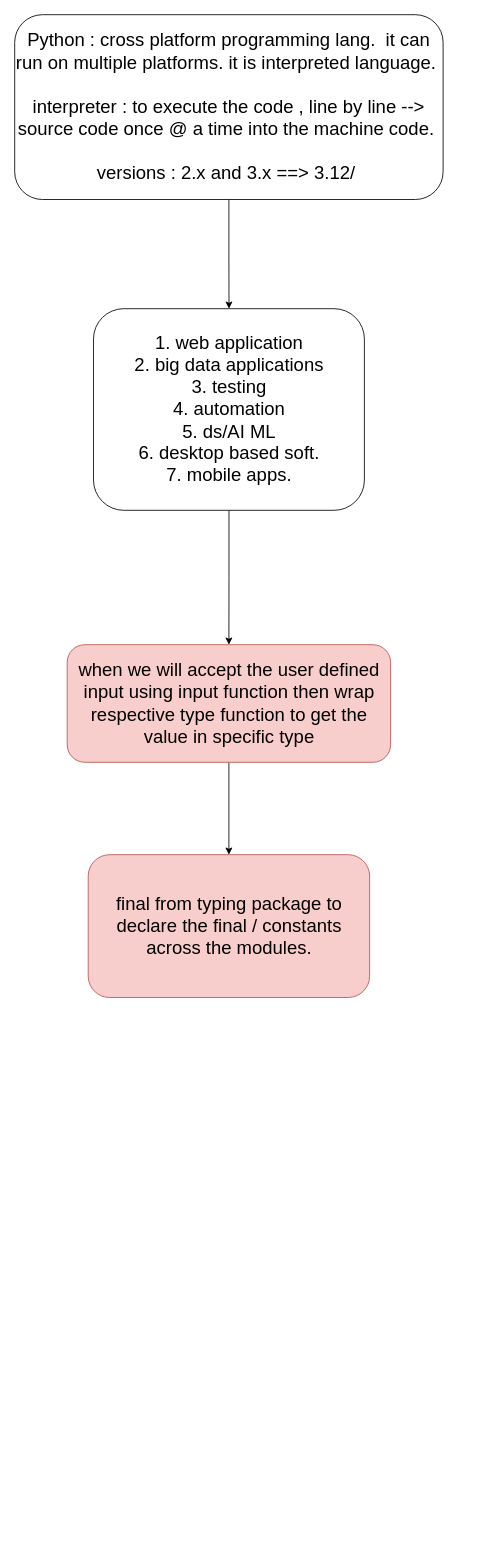
The draw.io diagram Untitled Diagram.drawio in abhinandanchivate/eyPythonoct2023, before the edit. Source tidied: cells renumbered, new cells numbered last; positions are measured from the earlier drawing's top-left corner, leaving out a move shared by most shapes. Both pictures are drawn from the tidied source at 84%, with x=0, y=0 at pixel (14, 14).
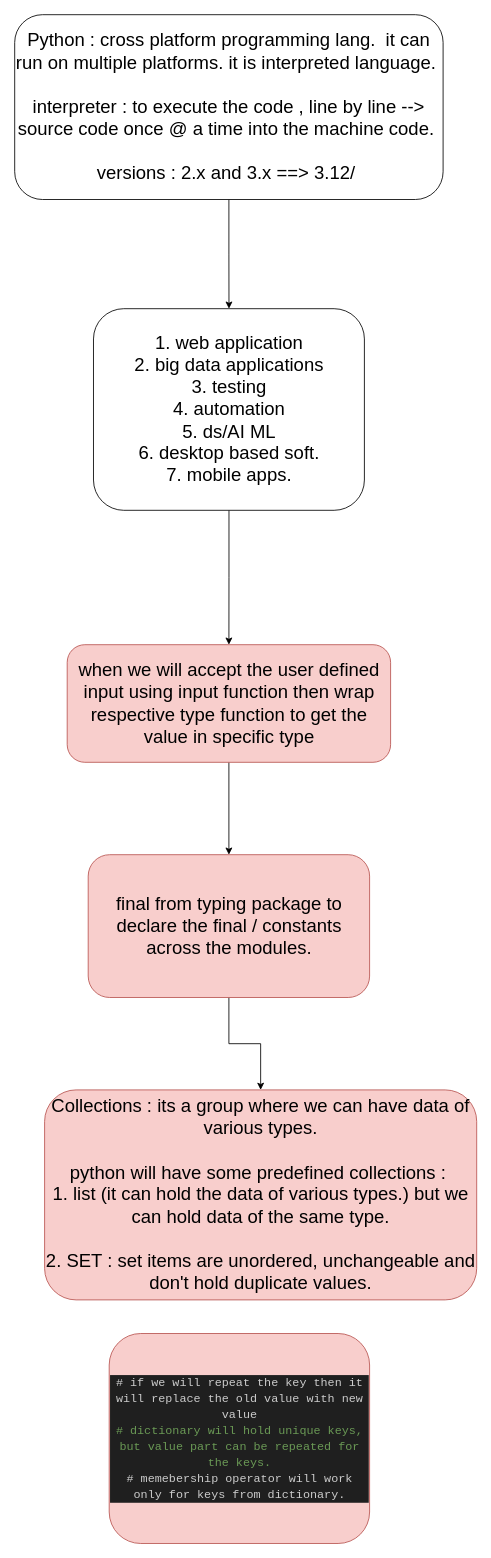
Above is the later version.

Change to the diagram source:
```diff
@@
 <mxGraphModel>
   <root>
     <mxCell id="0" />
     <mxCell id="1" parent="0" />
     <mxCell id="2" style="edgeStyle=orthogonalEdgeStyle;rounded=0;jettySize=auto;html=1;" parent="1" edge="1" source="3" target="5">
       <mxGeometry relative="1" as="geometry" />
     </mxCell>
     <mxCell id="3" value="Python : cross platform programming lang.&amp;nbsp; it can run on multiple platforms. it is interpreted language.&amp;nbsp;&lt;br&gt;&lt;br&gt;interpreter : to execute the code , line by line --&amp;gt; source code once @ a time into the machine code.&amp;nbsp;&lt;br&gt;&lt;br&gt;versions : 2.x and 3.x ==&amp;gt; 3.12/&amp;nbsp;" style="rounded=1;whiteSpace=wrap;html=1;fontSize=22;" parent="1" vertex="1">
       <mxGeometry width="510" height="220" as="geometry" />
     </mxCell>
     <mxCell id="4" style="edgeStyle=orthogonalEdgeStyle;rounded=0;jettySize=auto;html=1;" parent="1" edge="1" source="5" target="7">
       <mxGeometry relative="1" as="geometry" />
     </mxCell>
     <mxCell id="5" value="1. web application&lt;br&gt;2. big data applications&lt;br&gt;3. testing&lt;br&gt;4. automation&lt;br&gt;5. ds/AI ML&lt;br&gt;6. desktop based soft.&lt;br&gt;7. mobile apps." style="whiteSpace=wrap;html=1;fontSize=22;rounded=1;" parent="1" vertex="1">
       <mxGeometry x="93.8" y="350" width="322.5" height="240" as="geometry" />
     </mxCell>
     <mxCell id="6" style="edgeStyle=orthogonalEdgeStyle;rounded=0;jettySize=auto;html=1;" parent="1" edge="1" source="7" target="8">
       <mxGeometry relative="1" as="geometry" />
     </mxCell>
     <mxCell id="7" value="when we will accept the user defined input using input function then wrap respective type function to get the value in specific type" style="whiteSpace=wrap;html=1;fontSize=22;rounded=1;fillColor=#f8cecc;strokeColor=#b85450;" parent="1" vertex="1">
       <mxGeometry x="62.5" y="750" width="385" height="140" as="geometry" />
     </mxCell>
+    <mxCell id="9" style="edgeStyle=orthogonalEdgeStyle;rounded=0;jettySize=auto;html=1;" parent="1" edge="1" source="8" target="10">
+      <mxGeometry relative="1" as="geometry" />
+    </mxCell>
     <mxCell id="8" value="final from typing package to declare the final / constants across the modules." style="whiteSpace=wrap;html=1;fontSize=22;fillColor=#f8cecc;strokeColor=#b85450;rounded=1;" parent="1" vertex="1">
       <mxGeometry x="87.5" y="1000" width="335" height="170" as="geometry" />
     </mxCell>
+    <mxCell id="10" value="Collections : its a group where we can have data of various types.&lt;br&gt;&lt;br&gt;python will have some predefined collections :&amp;nbsp;&lt;br&gt;1. list (it can hold the data of various types.) but we can hold data of the same type.&lt;br&gt;&lt;br&gt;2. SET : set items are unordered, unchangeable and don't hold duplicate values." style="whiteSpace=wrap;html=1;fontSize=22;fillColor=#f8cecc;strokeColor=#b85450;rounded=1;" parent="1" vertex="1">
+      <mxGeometry x="35.6" y="1280" width="514.4" height="250" as="geometry" />
+    </mxCell>
+    <mxCell id="11" value="&lt;div style=&quot;color: rgb(204, 204, 204); background-color: rgb(31, 31, 31); font-family: Consolas, &amp;quot;Courier New&amp;quot;, monospace; font-size: 14px; line-height: 19px;&quot;&gt;&lt;div&gt;# if we will repeat the key then it will replace the old value with new value&lt;/div&gt;&lt;div&gt;&lt;span style=&quot;color: #6a9955;&quot;&gt;# dictionary will hold unique keys, but value part can be repeated for the keys.&lt;/span&gt;&lt;/div&gt;&lt;div&gt;&lt;div style=&quot;line-height: 19px;&quot;&gt;&lt;div&gt;# memebership operator will work only for keys from dictionary.&lt;/div&gt;&lt;div&gt;&lt;span style=&quot;color: #dcdcaa;&quot;&gt;&lt;/span&gt;&lt;/div&gt;&lt;/div&gt;&lt;/div&gt;&lt;/div&gt;" style="rounded=1;whiteSpace=wrap;html=1;fontSize=22;fillColor=#f8cecc;strokeColor=#b85450;" parent="1" vertex="1">
+      <mxGeometry x="112.5" y="1570" width="310" height="250" as="geometry" />
+    </mxCell>
   </root>
 </mxGraphModel>
```
